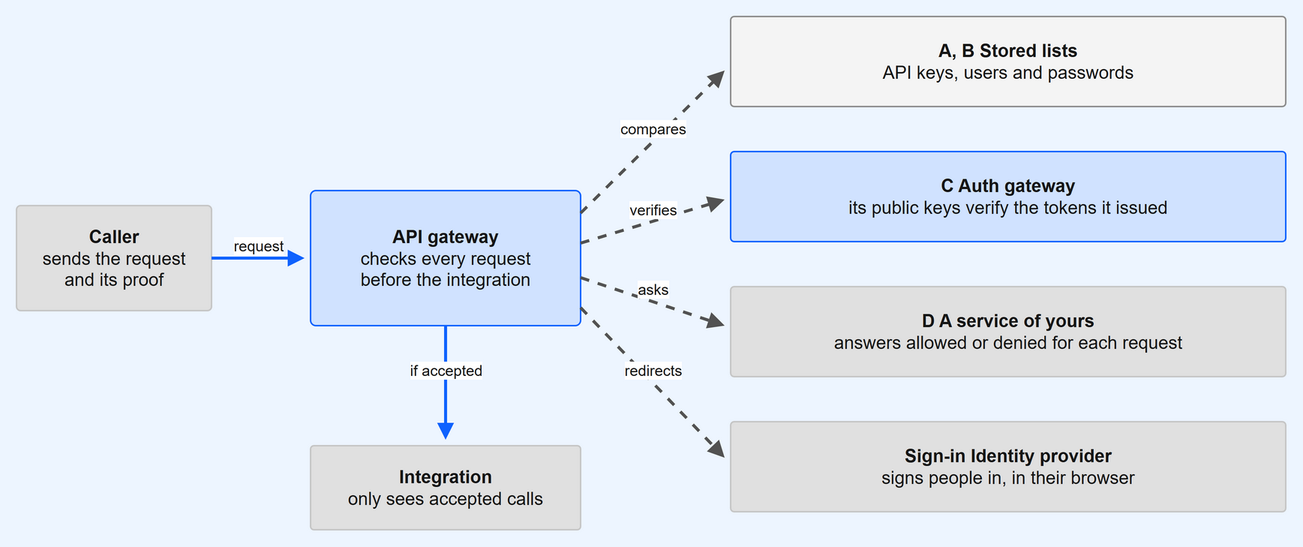
This is static/img/tutorial/security.drawio.png from cml-x/docs, a draw.io export, as it was before one commit. Source tidied: cells renumbered, new cells last; positions are measured from the earlier drawing's top-left corner, leaving out a move shared by most shapes. Source of this version:
```xml
<mxGraphModel background="#EDF5FF">
  <root>
    <mxCell id="0" />
    <mxCell id="1" parent="0" />
    <mxCell id="2" value="&lt;b&gt;Caller&lt;/b&gt;&lt;br&gt;sends the request&lt;br&gt;and its proof" style="rounded=1;arcSize=4;whiteSpace=wrap;html=1;fillColor=#E0E0E0;strokeColor=#C6C6C6;fontColor=#161616;fontSize=12;" parent="1" vertex="1">
      <mxGeometry y="126" width="130" height="70" as="geometry" />
    </mxCell>
    <mxCell id="3" value="&lt;b&gt;API gateway&lt;/b&gt;&lt;br&gt;checks every request&lt;br&gt;before the integration" style="rounded=1;arcSize=4;whiteSpace=wrap;html=1;fillColor=#D0E2FF;strokeColor=#0F62FE;fontColor=#161616;fontSize=12;" parent="1" vertex="1">
      <mxGeometry x="196" y="116" width="180" height="90" as="geometry" />
    </mxCell>
    <mxCell id="4" value="&lt;b&gt;Integration&lt;/b&gt;&lt;br&gt;only sees accepted calls" style="rounded=1;arcSize=4;whiteSpace=wrap;html=1;fillColor=#E0E0E0;strokeColor=#C6C6C6;fontColor=#161616;fontSize=12;" parent="1" vertex="1">
      <mxGeometry x="196" y="286" width="180" height="56" as="geometry" />
    </mxCell>
    <mxCell id="5" value="&lt;b&gt;A, B  Stored lists&lt;/b&gt;&lt;br&gt;API keys, users and passwords" style="rounded=1;arcSize=4;whiteSpace=wrap;html=1;fillColor=#F4F4F4;strokeColor=#8D8D8D;fontColor=#161616;fontSize=12;" parent="1" vertex="1">
      <mxGeometry x="476" width="370" height="60" as="geometry" />
    </mxCell>
    <mxCell id="6" value="&lt;b&gt;C  Auth gateway&lt;/b&gt;&lt;br&gt;its public keys verify the tokens it issued" style="rounded=1;arcSize=4;whiteSpace=wrap;html=1;fillColor=#D0E2FF;strokeColor=#0F62FE;fontColor=#161616;fontSize=12;" parent="1" vertex="1">
      <mxGeometry x="476" y="90" width="370" height="60" as="geometry" />
    </mxCell>
    <mxCell id="7" value="&lt;b&gt;D  A service of yours&lt;/b&gt;&lt;br&gt;answers allowed or denied for each request" style="rounded=1;arcSize=4;whiteSpace=wrap;html=1;fillColor=#E0E0E0;strokeColor=#C6C6C6;fontColor=#161616;fontSize=12;" parent="1" vertex="1">
      <mxGeometry x="476" y="180" width="370" height="60" as="geometry" />
    </mxCell>
    <mxCell id="8" value="&lt;b&gt;Sign-in  Identity provider&lt;/b&gt;&lt;br&gt;signs people in, in their browser" style="rounded=1;arcSize=4;whiteSpace=wrap;html=1;fillColor=#E0E0E0;strokeColor=#C6C6C6;fontColor=#161616;fontSize=12;" parent="1" vertex="1">
      <mxGeometry x="476" y="270" width="370" height="60" as="geometry" />
    </mxCell>
    <mxCell id="9" value="request" style="endArrow=block;html=1;strokeWidth=2;strokeColor=#0F62FE;fontSize=10;fontColor=#161616;verticalAlign=bottom;" parent="1" edge="1">
      <mxGeometry relative="1" as="geometry">
        <mxPoint x="130" y="161" as="sourcePoint" />
        <mxPoint x="192" y="161" as="targetPoint" />
      </mxGeometry>
    </mxCell>
    <mxCell id="10" value="if accepted" style="endArrow=block;html=1;strokeWidth=2;strokeColor=#0F62FE;fontSize=10;fontColor=#161616;verticalAlign=bottom;" parent="1" edge="1">
      <mxGeometry relative="1" as="geometry">
        <mxPoint x="286" y="206" as="sourcePoint" />
        <mxPoint x="286" y="282" as="targetPoint" />
      </mxGeometry>
    </mxCell>
    <mxCell id="11" value="compares" style="endArrow=block;html=1;strokeWidth=2;strokeColor=#525252;fontSize=10;fontColor=#161616;verticalAlign=bottom;dashed=1;" parent="1" edge="1">
      <mxGeometry relative="1" as="geometry">
        <mxPoint x="376" y="131" as="sourcePoint" />
        <mxPoint x="472" y="36" as="targetPoint" />
      </mxGeometry>
    </mxCell>
    <mxCell id="12" value="verifies" style="endArrow=block;html=1;strokeWidth=2;strokeColor=#525252;fontSize=10;fontColor=#161616;verticalAlign=bottom;dashed=1;" parent="1" edge="1">
      <mxGeometry relative="1" as="geometry">
        <mxPoint x="376" y="151" as="sourcePoint" />
        <mxPoint x="472" y="122" as="targetPoint" />
      </mxGeometry>
    </mxCell>
    <mxCell id="13" value="asks" style="endArrow=block;html=1;strokeWidth=2;strokeColor=#525252;fontSize=10;fontColor=#161616;verticalAlign=bottom;dashed=1;" parent="1" edge="1">
      <mxGeometry relative="1" as="geometry">
        <mxPoint x="376" y="174" as="sourcePoint" />
        <mxPoint x="472" y="206" as="targetPoint" />
      </mxGeometry>
    </mxCell>
    <mxCell id="14" value="redirects" style="endArrow=block;html=1;strokeWidth=2;strokeColor=#525252;fontSize=10;fontColor=#161616;verticalAlign=bottom;dashed=1;" parent="1" edge="1">
      <mxGeometry relative="1" as="geometry">
        <mxPoint x="376" y="194" as="sourcePoint" />
        <mxPoint x="472" y="294" as="targetPoint" />
      </mxGeometry>
    </mxCell>
  </root>
</mxGraphModel>
```
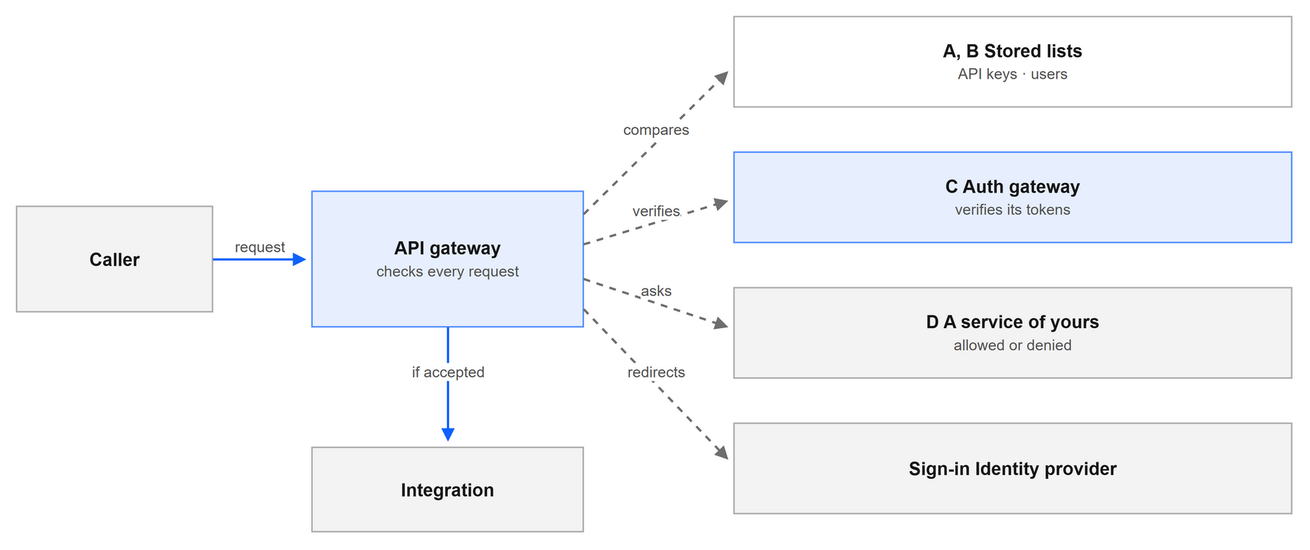
After the change.

What changed in the source:
```diff
@@ -1,59 +1,59 @@
-<mxGraphModel background="#EDF5FF">
+<mxGraphModel background="#FFFFFF">
   <root>
     <mxCell id="0" />
     <mxCell id="1" parent="0" />
-    <mxCell id="2" value="&lt;b&gt;Caller&lt;/b&gt;&lt;br&gt;sends the request&lt;br&gt;and its proof" style="rounded=1;arcSize=4;whiteSpace=wrap;html=1;fillColor=#E0E0E0;strokeColor=#C6C6C6;fontColor=#161616;fontSize=12;" parent="1" vertex="1">
+    <mxCell id="2" value="&lt;b&gt;Caller&lt;/b&gt;" style="rounded=0;whiteSpace=wrap;html=1;strokeWidth=1;fontColor=#161616;fontSize=12;fillColor=#161616;fillOpacity=5;strokeColor=#8D8D8D;strokeOpacity=70;" parent="1" vertex="1">
       <mxGeometry y="126" width="130" height="70" as="geometry" />
     </mxCell>
-    <mxCell id="3" value="&lt;b&gt;API gateway&lt;/b&gt;&lt;br&gt;checks every request&lt;br&gt;before the integration" style="rounded=1;arcSize=4;whiteSpace=wrap;html=1;fillColor=#D0E2FF;strokeColor=#0F62FE;fontColor=#161616;fontSize=12;" parent="1" vertex="1">
+    <mxCell id="3" value="&lt;b&gt;API gateway&lt;/b&gt;&lt;br&gt;&lt;span style=&quot;font-size:10px;color:#525252&quot;&gt;checks every request&lt;/span&gt;" style="rounded=0;whiteSpace=wrap;html=1;strokeWidth=1;fontColor=#161616;fontSize=12;fillColor=#0F62FE;fillOpacity=10;strokeColor=#0F62FE;strokeOpacity=70;" parent="1" vertex="1">
       <mxGeometry x="196" y="116" width="180" height="90" as="geometry" />
     </mxCell>
-    <mxCell id="4" value="&lt;b&gt;Integration&lt;/b&gt;&lt;br&gt;only sees accepted calls" style="rounded=1;arcSize=4;whiteSpace=wrap;html=1;fillColor=#E0E0E0;strokeColor=#C6C6C6;fontColor=#161616;fontSize=12;" parent="1" vertex="1">
+    <mxCell id="4" value="&lt;b&gt;Integration&lt;/b&gt;" style="rounded=0;whiteSpace=wrap;html=1;strokeWidth=1;fontColor=#161616;fontSize=12;fillColor=#161616;fillOpacity=5;strokeColor=#8D8D8D;strokeOpacity=70;" parent="1" vertex="1">
       <mxGeometry x="196" y="286" width="180" height="56" as="geometry" />
     </mxCell>
-    <mxCell id="5" value="&lt;b&gt;A, B  Stored lists&lt;/b&gt;&lt;br&gt;API keys, users and passwords" style="rounded=1;arcSize=4;whiteSpace=wrap;html=1;fillColor=#F4F4F4;strokeColor=#8D8D8D;fontColor=#161616;fontSize=12;" parent="1" vertex="1">
+    <mxCell id="5" value="&lt;b&gt;A, B  Stored lists&lt;/b&gt;&lt;br&gt;&lt;span style=&quot;font-size:10px;color:#525252&quot;&gt;API keys · users&lt;/span&gt;" style="rounded=0;whiteSpace=wrap;html=1;strokeWidth=1;fontColor=#161616;fontSize=12;fillColor=none;strokeColor=#8D8D8D;strokeOpacity=70;" parent="1" vertex="1">
       <mxGeometry x="476" width="370" height="60" as="geometry" />
     </mxCell>
-    <mxCell id="6" value="&lt;b&gt;C  Auth gateway&lt;/b&gt;&lt;br&gt;its public keys verify the tokens it issued" style="rounded=1;arcSize=4;whiteSpace=wrap;html=1;fillColor=#D0E2FF;strokeColor=#0F62FE;fontColor=#161616;fontSize=12;" parent="1" vertex="1">
+    <mxCell id="6" value="&lt;b&gt;C  Auth gateway&lt;/b&gt;&lt;br&gt;&lt;span style=&quot;font-size:10px;color:#525252&quot;&gt;verifies its tokens&lt;/span&gt;" style="rounded=0;whiteSpace=wrap;html=1;strokeWidth=1;fontColor=#161616;fontSize=12;fillColor=#0F62FE;fillOpacity=10;strokeColor=#0F62FE;strokeOpacity=70;" parent="1" vertex="1">
       <mxGeometry x="476" y="90" width="370" height="60" as="geometry" />
     </mxCell>
-    <mxCell id="7" value="&lt;b&gt;D  A service of yours&lt;/b&gt;&lt;br&gt;answers allowed or denied for each request" style="rounded=1;arcSize=4;whiteSpace=wrap;html=1;fillColor=#E0E0E0;strokeColor=#C6C6C6;fontColor=#161616;fontSize=12;" parent="1" vertex="1">
+    <mxCell id="7" value="&lt;b&gt;D  A service of yours&lt;/b&gt;&lt;br&gt;&lt;span style=&quot;font-size:10px;color:#525252&quot;&gt;allowed or denied&lt;/span&gt;" style="rounded=0;whiteSpace=wrap;html=1;strokeWidth=1;fontColor=#161616;fontSize=12;fillColor=#161616;fillOpacity=5;strokeColor=#8D8D8D;strokeOpacity=70;" parent="1" vertex="1">
       <mxGeometry x="476" y="180" width="370" height="60" as="geometry" />
     </mxCell>
-    <mxCell id="8" value="&lt;b&gt;Sign-in  Identity provider&lt;/b&gt;&lt;br&gt;signs people in, in their browser" style="rounded=1;arcSize=4;whiteSpace=wrap;html=1;fillColor=#E0E0E0;strokeColor=#C6C6C6;fontColor=#161616;fontSize=12;" parent="1" vertex="1">
+    <mxCell id="8" value="&lt;b&gt;Sign-in  Identity provider&lt;/b&gt;" style="rounded=0;whiteSpace=wrap;html=1;strokeWidth=1;fontColor=#161616;fontSize=12;fillColor=#161616;fillOpacity=5;strokeColor=#8D8D8D;strokeOpacity=70;" parent="1" vertex="1">
       <mxGeometry x="476" y="270" width="370" height="60" as="geometry" />
     </mxCell>
-    <mxCell id="9" value="request" style="endArrow=block;html=1;strokeWidth=2;strokeColor=#0F62FE;fontSize=10;fontColor=#161616;verticalAlign=bottom;" parent="1" edge="1">
+    <mxCell id="9" value="request" style="endArrow=block;html=1;strokeWidth=1.5;strokeColor=#0F62FE;fontSize=10;fontColor=#525252;verticalAlign=bottom;endSize=5;rounded=0;labelBackgroundColor=#FFFFFF;" parent="1" edge="1">
       <mxGeometry relative="1" as="geometry">
         <mxPoint x="130" y="161" as="sourcePoint" />
         <mxPoint x="192" y="161" as="targetPoint" />
       </mxGeometry>
     </mxCell>
-    <mxCell id="10" value="if accepted" style="endArrow=block;html=1;strokeWidth=2;strokeColor=#0F62FE;fontSize=10;fontColor=#161616;verticalAlign=bottom;" parent="1" edge="1">
+    <mxCell id="10" value="if accepted" style="endArrow=block;html=1;strokeWidth=1.5;strokeColor=#0F62FE;fontSize=10;fontColor=#525252;verticalAlign=bottom;endSize=5;rounded=0;labelBackgroundColor=#FFFFFF;" parent="1" edge="1">
       <mxGeometry relative="1" as="geometry">
         <mxPoint x="286" y="206" as="sourcePoint" />
         <mxPoint x="286" y="282" as="targetPoint" />
       </mxGeometry>
     </mxCell>
-    <mxCell id="11" value="compares" style="endArrow=block;html=1;strokeWidth=2;strokeColor=#525252;fontSize=10;fontColor=#161616;verticalAlign=bottom;dashed=1;" parent="1" edge="1">
+    <mxCell id="11" value="compares" style="endArrow=block;html=1;strokeWidth=1.5;strokeColor=#6F6F6F;fontSize=10;fontColor=#525252;verticalAlign=bottom;dashed=1;endSize=5;rounded=0;labelBackgroundColor=#FFFFFF;" parent="1" edge="1">
       <mxGeometry relative="1" as="geometry">
         <mxPoint x="376" y="131" as="sourcePoint" />
         <mxPoint x="472" y="36" as="targetPoint" />
       </mxGeometry>
     </mxCell>
-    <mxCell id="12" value="verifies" style="endArrow=block;html=1;strokeWidth=2;strokeColor=#525252;fontSize=10;fontColor=#161616;verticalAlign=bottom;dashed=1;" parent="1" edge="1">
+    <mxCell id="12" value="verifies" style="endArrow=block;html=1;strokeWidth=1.5;strokeColor=#6F6F6F;fontSize=10;fontColor=#525252;verticalAlign=bottom;dashed=1;endSize=5;rounded=0;labelBackgroundColor=#FFFFFF;" parent="1" edge="1">
       <mxGeometry relative="1" as="geometry">
         <mxPoint x="376" y="151" as="sourcePoint" />
         <mxPoint x="472" y="122" as="targetPoint" />
       </mxGeometry>
     </mxCell>
-    <mxCell id="13" value="asks" style="endArrow=block;html=1;strokeWidth=2;strokeColor=#525252;fontSize=10;fontColor=#161616;verticalAlign=bottom;dashed=1;" parent="1" edge="1">
+    <mxCell id="13" value="asks" style="endArrow=block;html=1;strokeWidth=1.5;strokeColor=#6F6F6F;fontSize=10;fontColor=#525252;verticalAlign=bottom;dashed=1;endSize=5;rounded=0;labelBackgroundColor=#FFFFFF;" parent="1" edge="1">
       <mxGeometry relative="1" as="geometry">
         <mxPoint x="376" y="174" as="sourcePoint" />
         <mxPoint x="472" y="206" as="targetPoint" />
       </mxGeometry>
     </mxCell>
-    <mxCell id="14" value="redirects" style="endArrow=block;html=1;strokeWidth=2;strokeColor=#525252;fontSize=10;fontColor=#161616;verticalAlign=bottom;dashed=1;" parent="1" edge="1">
+    <mxCell id="14" value="redirects" style="endArrow=block;html=1;strokeWidth=1.5;strokeColor=#6F6F6F;fontSize=10;fontColor=#525252;verticalAlign=bottom;dashed=1;endSize=5;rounded=0;labelBackgroundColor=#FFFFFF;" parent="1" edge="1">
       <mxGeometry relative="1" as="geometry">
         <mxPoint x="376" y="194" as="sourcePoint" />
         <mxPoint x="472" y="294" as="targetPoint" />
```
